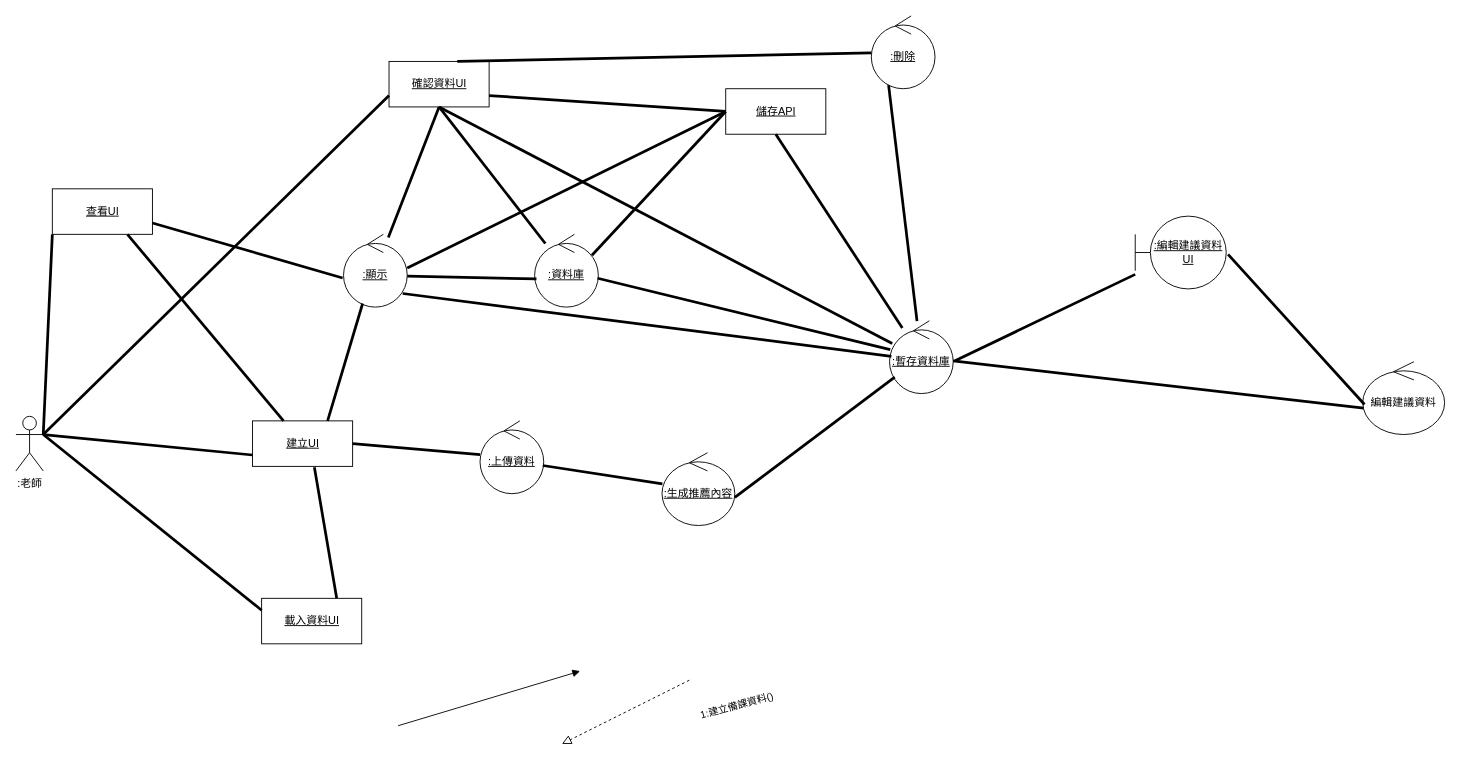
Earlier version of the draw.io diagram 溝通圖(完整版) .drawio (Kevincheng0804/System-analysis). Source tidied: cells renumbered, new cells numbered last; positions are measured from the earlier drawing's top-left corner, leaving out a move shared by most shapes. Both pictures are drawn from the tidied source at 91%, with x=0, y=0 at pixel (15, 15).
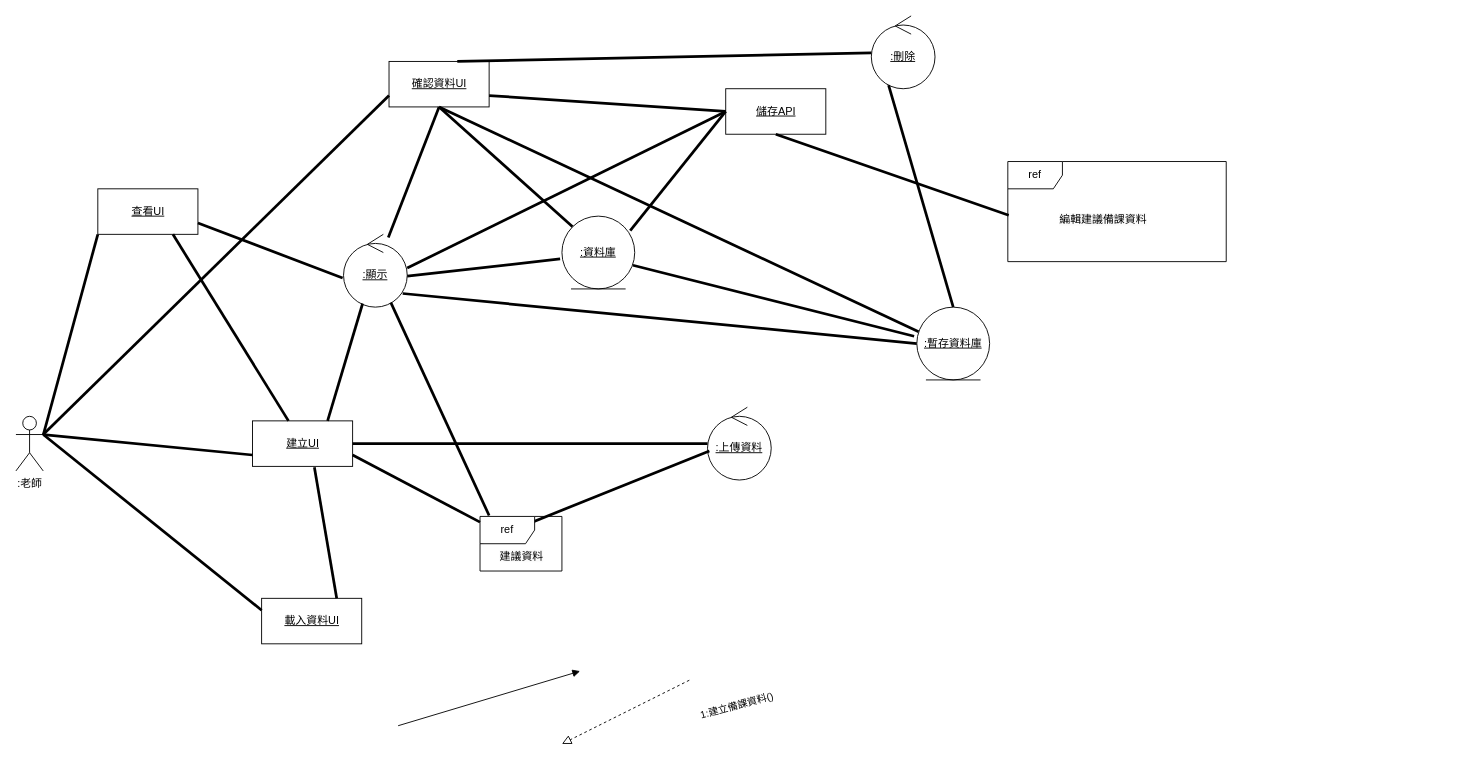
The same diagram, later.

Commit message:
溝通圖完整版

The change refers to these unchanged cells:
```xml
<mxCell id="4" value="&lt;u&gt;建立UI&lt;/u&gt;" style="html=1;" parent="1" vertex="1">
  <mxGeometry x="260" y="445" width="110" height="50" as="geometry" />
</mxCell>
<mxCell id="6" value="&lt;u&gt;確認資料UI&lt;/u&gt;" style="html=1;" parent="1" vertex="1">
  <mxGeometry x="410" y="50" width="110" height="50" as="geometry" />
</mxCell>
<mxCell id="7" value="&lt;u&gt;儲存API&lt;/u&gt;" style="html=1;" parent="1" vertex="1">
  <mxGeometry x="780" y="80" width="110" height="50" as="geometry" />
</mxCell>
<mxCell id="8" value="&lt;u&gt;:刪除&lt;/u&gt;" style="ellipse;shape=umlControl;whiteSpace=wrap;html=1;" parent="1" vertex="1">
  <mxGeometry x="940" width="70" height="80" as="geometry" />
</mxCell>
<mxCell id="10" value="&lt;u&gt;:顯示&lt;/u&gt;" style="ellipse;shape=umlControl;whiteSpace=wrap;html=1;" parent="1" vertex="1">
  <mxGeometry x="360" y="240" width="70" height="80" as="geometry" />
</mxCell>
```

Diff of the diagram source:
```diff
@@
     <mxCell id="3" value="&lt;u&gt;查看UI&lt;/u&gt;" style="html=1;" parent="1" vertex="1">
-      <mxGeometry x="40" y="190" width="110" height="50" as="geometry" />
+      <mxGeometry x="90" y="190" width="110" height="50" as="geometry" />
     </mxCell>
@@
     <mxCell id="9" value="&lt;u&gt;:上傳資料&lt;/u&gt;" style="ellipse;shape=umlControl;whiteSpace=wrap;html=1;" parent="1" vertex="1">
-      <mxGeometry x="510" y="445" width="70" height="80" as="geometry" />
+      <mxGeometry x="760" y="430" width="70" height="80" as="geometry" />
     </mxCell>
@@
-    <mxCell id="11" value="&lt;u&gt;:暫存資料庫&lt;/u&gt;" style="ellipse;shape=umlControl;whiteSpace=wrap;html=1;" parent="1" vertex="1">
-      <mxGeometry x="960" y="335" width="70" height="80" as="geometry" />
-    </mxCell>
-    <mxCell id="12" value="&lt;u&gt;:資料庫&lt;/u&gt;" style="ellipse;shape=umlControl;whiteSpace=wrap;html=1;" parent="1" vertex="1">
-      <mxGeometry x="570" y="240" width="70" height="80" as="geometry" />
-    </mxCell>
@@
-    <mxCell id="18" style="endArrow=none;startArrow=none;endFill=0;startFill=0;endSize=8;html=1;verticalAlign=bottom;labelBackgroundColor=none;strokeWidth=3;rounded=0;entryX=0.029;entryY=0.613;entryDx=0;entryDy=0;exitX=1;exitY=0.575;exitDx=0;exitDy=0;exitPerimeter=0;entryPerimeter=0;" parent="1" edge="1" source="10" target="12">
+    <mxCell id="18" style="endArrow=none;startArrow=none;endFill=0;startFill=0;endSize=8;html=1;verticalAlign=bottom;labelBackgroundColor=none;strokeWidth=3;rounded=0;entryX=-0.025;entryY=0.588;entryDx=0;entryDy=0;exitX=1;exitY=0.575;exitDx=0;exitDy=0;exitPerimeter=0;entryPerimeter=0;" parent="1" edge="1" source="10" target="12">
       <mxGeometry relative="1" as="geometry" />
     </mxCell>
@@
-    <mxCell id="23" style="endArrow=none;startArrow=none;endFill=0;startFill=0;endSize=8;html=1;verticalAlign=bottom;labelBackgroundColor=none;strokeWidth=3;rounded=0;exitX=0.986;exitY=0.613;exitDx=0;exitDy=0;exitPerimeter=0;" parent="1" edge="1" source="9" target="24">
+    <mxCell id="23" style="endArrow=none;startArrow=none;endFill=0;startFill=0;endSize=8;html=1;verticalAlign=bottom;labelBackgroundColor=none;strokeWidth=3;rounded=0;exitX=0.029;exitY=0.6;exitDx=0;exitDy=0;exitPerimeter=0;entryX=0.011;entryY=0.483;entryDx=0;entryDy=0;entryPerimeter=0;" parent="1" edge="1" source="9" target="47">
       <mxGeometry relative="1" as="geometry" />
     </mxCell>
-    <mxCell id="24" value="&lt;u&gt;:生成推薦內容&lt;/u&gt;" style="ellipse;shape=umlControl;whiteSpace=wrap;html=1;" parent="1" vertex="1">
-      <mxGeometry x="710" y="480" width="80" height="80" as="geometry" />
-    </mxCell>
-    <mxCell id="25" style="endArrow=none;startArrow=none;endFill=0;startFill=0;endSize=8;html=1;verticalAlign=bottom;labelBackgroundColor=none;strokeWidth=3;rounded=0;exitX=1;exitY=0.613;exitDx=0;exitDy=0;exitPerimeter=0;" parent="1" edge="1" source="24" target="11">
-      <mxGeometry relative="1" as="geometry" />
-    </mxCell>
-    <mxCell id="26" style="endArrow=none;startArrow=none;endFill=0;startFill=0;endSize=8;html=1;verticalAlign=bottom;labelBackgroundColor=none;strokeWidth=3;rounded=0;exitX=0.929;exitY=0.813;exitDx=0;exitDy=0;exitPerimeter=0;entryX=0.029;entryY=0.488;entryDx=0;entryDy=0;entryPerimeter=0;" parent="1" edge="1" source="10" target="11">
+    <mxCell id="26" style="endArrow=none;startArrow=none;endFill=0;startFill=0;endSize=8;html=1;verticalAlign=bottom;labelBackgroundColor=none;strokeWidth=3;rounded=0;exitX=0.929;exitY=0.813;exitDx=0;exitDy=0;exitPerimeter=0;entryX=0;entryY=0.5;entryDx=0;entryDy=0;" parent="1" edge="1" source="10" target="11">
       <mxGeometry relative="1" as="geometry" />
     </mxCell>
@@
-    <mxCell id="28" style="endArrow=none;startArrow=none;endFill=0;startFill=0;endSize=8;html=1;verticalAlign=bottom;labelBackgroundColor=none;strokeWidth=3;rounded=0;exitX=0.5;exitY=1;exitDx=0;exitDy=0;entryX=0.043;entryY=0.313;entryDx=0;entryDy=0;entryPerimeter=0;" parent="1" edge="1" source="6" target="11">
+    <mxCell id="28" style="endArrow=none;startArrow=none;endFill=0;startFill=0;endSize=8;html=1;verticalAlign=bottom;labelBackgroundColor=none;strokeWidth=3;rounded=0;exitX=0.5;exitY=1;exitDx=0;exitDy=0;entryX=0.025;entryY=0.338;entryDx=0;entryDy=0;entryPerimeter=0;" parent="1" edge="1" source="6" target="11">
       <mxGeometry relative="1" as="geometry" />
     </mxCell>
@@
-    <mxCell id="33" style="endArrow=none;startArrow=none;endFill=0;startFill=0;endSize=8;html=1;verticalAlign=bottom;labelBackgroundColor=none;strokeWidth=3;rounded=0;exitX=0.5;exitY=1;exitDx=0;exitDy=0;" parent="1" edge="1" source="7" target="11">
+    <mxCell id="33" style="endArrow=none;startArrow=none;endFill=0;startFill=0;endSize=8;html=1;verticalAlign=bottom;labelBackgroundColor=none;strokeWidth=3;rounded=0;exitX=0.5;exitY=1;exitDx=0;exitDy=0;entryX=0.004;entryY=0.536;entryDx=0;entryDy=0;entryPerimeter=0;" parent="1" edge="1" source="7" target="45">
       <mxGeometry relative="1" as="geometry" />
     </mxCell>
-    <mxCell id="34" value="&lt;u&gt;:編輯建議資料UI&lt;/u&gt;" style="shape=umlBoundary;whiteSpace=wrap;html=1;" parent="1" vertex="1">
-      <mxGeometry x="1230" y="220" width="100" height="80" as="geometry" />
-    </mxCell>
-    <mxCell id="35" style="endArrow=none;startArrow=none;endFill=0;startFill=0;endSize=8;html=1;verticalAlign=bottom;labelBackgroundColor=none;strokeWidth=3;rounded=0;exitX=1.029;exitY=0.55;exitDx=0;exitDy=0;exitPerimeter=0;" parent="1" edge="1" source="11" target="34">
-      <mxGeometry relative="1" as="geometry" />
-    </mxCell>
-    <mxCell id="36" value="編輯建議資料" style="ellipse;shape=umlControl;whiteSpace=wrap;html=1;" parent="1" vertex="1">
-      <mxGeometry x="1480" y="380" width="90" height="80" as="geometry" />
-    </mxCell>
-    <mxCell id="37" style="endArrow=none;startArrow=none;endFill=0;startFill=0;endSize=8;html=1;verticalAlign=bottom;labelBackgroundColor=none;strokeWidth=3;rounded=0;exitX=1.02;exitY=0.525;exitDx=0;exitDy=0;exitPerimeter=0;entryX=0.022;entryY=0.588;entryDx=0;entryDy=0;entryPerimeter=0;" parent="1" edge="1" source="34" target="36">
-      <mxGeometry relative="1" as="geometry" />
-    </mxCell>
-    <mxCell id="38" style="endArrow=none;startArrow=none;endFill=0;startFill=0;endSize=8;html=1;verticalAlign=bottom;labelBackgroundColor=none;strokeWidth=3;rounded=0;entryX=0.011;entryY=0.638;entryDx=0;entryDy=0;entryPerimeter=0;" parent="1" edge="1" source="11" target="36">
-      <mxGeometry relative="1" as="geometry" />
-    </mxCell>
@@
-    <mxCell id="40" style="endArrow=none;startArrow=none;endFill=0;startFill=0;endSize=8;html=1;verticalAlign=bottom;labelBackgroundColor=none;strokeWidth=3;rounded=0;" parent="1" edge="1" source="12" target="11">
+    <mxCell id="40" style="endArrow=none;startArrow=none;endFill=0;startFill=0;endSize=8;html=1;verticalAlign=bottom;labelBackgroundColor=none;strokeWidth=3;rounded=0;exitX=0.975;exitY=0.675;exitDx=0;exitDy=0;exitPerimeter=0;entryX=-0.037;entryY=0.4;entryDx=0;entryDy=0;entryPerimeter=0;" parent="1" edge="1" source="12" target="11">
       <mxGeometry relative="1" as="geometry" />
     </mxCell>
-    <mxCell id="41" style="endArrow=none;startArrow=none;endFill=0;startFill=0;endSize=8;html=1;verticalAlign=bottom;labelBackgroundColor=none;strokeWidth=3;rounded=0;exitX=0.9;exitY=0.288;exitDx=0;exitDy=0;entryX=0;entryY=0.5;entryDx=0;entryDy=0;exitPerimeter=0;" parent="1" edge="1" source="12" target="7">
+    <mxCell id="41" style="endArrow=none;startArrow=none;endFill=0;startFill=0;endSize=8;html=1;verticalAlign=bottom;labelBackgroundColor=none;strokeWidth=3;rounded=0;exitX=0.938;exitY=0.2;exitDx=0;exitDy=0;entryX=0;entryY=0.5;entryDx=0;entryDy=0;exitPerimeter=0;" parent="1" edge="1" source="12" target="7">
       <mxGeometry relative="1" as="geometry" />
     </mxCell>
@@
-    <mxCell id="43" style="endArrow=none;startArrow=none;endFill=0;startFill=0;endSize=8;html=1;verticalAlign=bottom;labelBackgroundColor=none;strokeWidth=3;rounded=0;exitX=0.271;exitY=0.95;exitDx=0;exitDy=0;exitPerimeter=0;" parent="1" edge="1" source="8" target="11">
+    <mxCell id="43" style="endArrow=none;startArrow=none;endFill=0;startFill=0;endSize=8;html=1;verticalAlign=bottom;labelBackgroundColor=none;strokeWidth=3;rounded=0;exitX=0.271;exitY=0.95;exitDx=0;exitDy=0;exitPerimeter=0;entryX=0.5;entryY=0;entryDx=0;entryDy=0;" parent="1" edge="1" source="8" target="11">
       <mxGeometry relative="1" as="geometry" />
     </mxCell>
-    <mxCell id="44" style="endArrow=none;startArrow=none;endFill=0;startFill=0;endSize=8;html=1;verticalAlign=bottom;labelBackgroundColor=none;strokeWidth=3;rounded=0;entryX=0.5;entryY=1;entryDx=0;entryDy=0;fontStyle=1;" parent="1" edge="1" source="12" target="6">
+    <mxCell id="44" style="endArrow=none;startArrow=none;endFill=0;startFill=0;endSize=8;html=1;verticalAlign=bottom;labelBackgroundColor=none;strokeWidth=3;rounded=0;entryX=0.5;entryY=1;entryDx=0;entryDy=0;fontStyle=1;exitX=0;exitY=0;exitDx=0;exitDy=0;" parent="1" edge="1" source="12" target="6">
       <mxGeometry relative="1" as="geometry" />
     </mxCell>
+    <mxCell id="12" value="&lt;u&gt;:資料庫&lt;/u&gt;" style="ellipse;shape=umlEntity;whiteSpace=wrap;html=1;" parent="1" vertex="1">
+      <mxGeometry x="600" y="220" width="80" height="80" as="geometry" />
+    </mxCell>
+    <mxCell id="11" value="&lt;u&gt;:暫存資料庫&lt;/u&gt;" style="ellipse;shape=umlEntity;whiteSpace=wrap;html=1;" parent="1" vertex="1">
+      <mxGeometry x="990" y="320" width="80" height="80" as="geometry" />
+    </mxCell>
+    <mxCell id="45" value="ref" style="shape=umlFrame;whiteSpace=wrap;html=1;" parent="1" vertex="1">
+      <mxGeometry x="1090" y="160" width="240" height="110" as="geometry" />
+    </mxCell>
+    <mxCell id="46" value="&lt;span style=&quot;color: rgb(0, 0, 0); font-family: Helvetica; font-size: 12px; font-style: normal; font-variant-ligatures: normal; font-variant-caps: normal; font-weight: 400; letter-spacing: normal; orphans: 2; text-align: center; text-indent: 0px; text-transform: none; widows: 2; word-spacing: 0px; -webkit-text-stroke-width: 0px; background-color: rgb(251, 251, 251); text-decoration-thickness: initial; text-decoration-style: initial; text-decoration-color: initial; float: none; display: inline !important;&quot;&gt;編輯建議備課資料&lt;/span&gt;" style="text;whiteSpace=wrap;html=1;rotation=0;" parent="1" vertex="1">
+      <mxGeometry x="1145" y="210" width="130" height="40" as="geometry" />
+    </mxCell>
+    <mxCell id="47" value="ref" style="shape=umlFrame;whiteSpace=wrap;html=1;" parent="1" vertex="1">
+      <mxGeometry x="510" y="550" width="90" height="60" as="geometry" />
+    </mxCell>
+    <mxCell id="48" value="&lt;span style=&quot;color: rgb(0, 0, 0); font-family: Helvetica; font-size: 12px; font-style: normal; font-variant-ligatures: normal; font-variant-caps: normal; font-weight: 400; letter-spacing: normal; orphans: 2; text-align: center; text-indent: 0px; text-transform: none; widows: 2; word-spacing: 0px; -webkit-text-stroke-width: 0px; background-color: rgb(251, 251, 251); text-decoration-thickness: initial; text-decoration-style: initial; text-decoration-color: initial; float: none; display: inline !important;&quot;&gt;建議資料&lt;/span&gt;" style="text;whiteSpace=wrap;html=1;" parent="1" vertex="1">
+      <mxGeometry x="530" y="580" width="80" height="40" as="geometry" />
+    </mxCell>
+    <mxCell id="49" style="endArrow=none;startArrow=none;endFill=0;startFill=0;endSize=8;html=1;verticalAlign=bottom;labelBackgroundColor=none;strokeWidth=3;rounded=0;exitX=0.743;exitY=0.938;exitDx=0;exitDy=0;exitPerimeter=0;entryX=0.111;entryY=-0.017;entryDx=0;entryDy=0;entryPerimeter=0;" parent="1" edge="1" source="10" target="47">
+      <mxGeometry relative="1" as="geometry" />
+    </mxCell>
+    <mxCell id="50" style="endArrow=none;startArrow=none;endFill=0;startFill=0;endSize=8;html=1;verticalAlign=bottom;labelBackgroundColor=none;strokeWidth=3;rounded=0;exitX=1;exitY=0.75;exitDx=0;exitDy=0;" parent="1" edge="1" source="4" target="47">
+      <mxGeometry relative="1" as="geometry" />
+    </mxCell>
```
